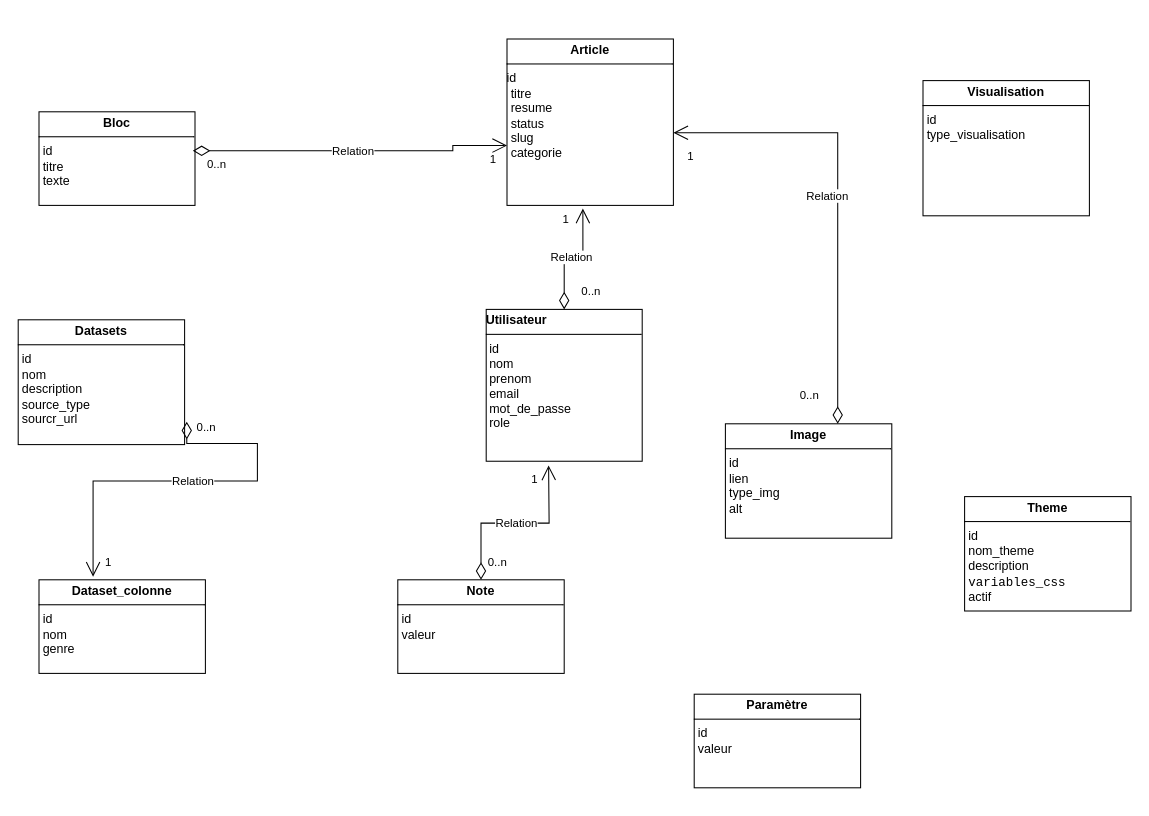
Earlier version of the draw.io diagram Diagramme de Classe CRM.drawio (fresnel25/Environmental-CMS). Source tidied: cells renumbered, new cells numbered last; positions are measured from the earlier drawing's top-left corner, leaving out a move shared by most shapes. Both pictures are drawn from the tidied source at 104%, with x=0, y=0 at pixel (18, 38).
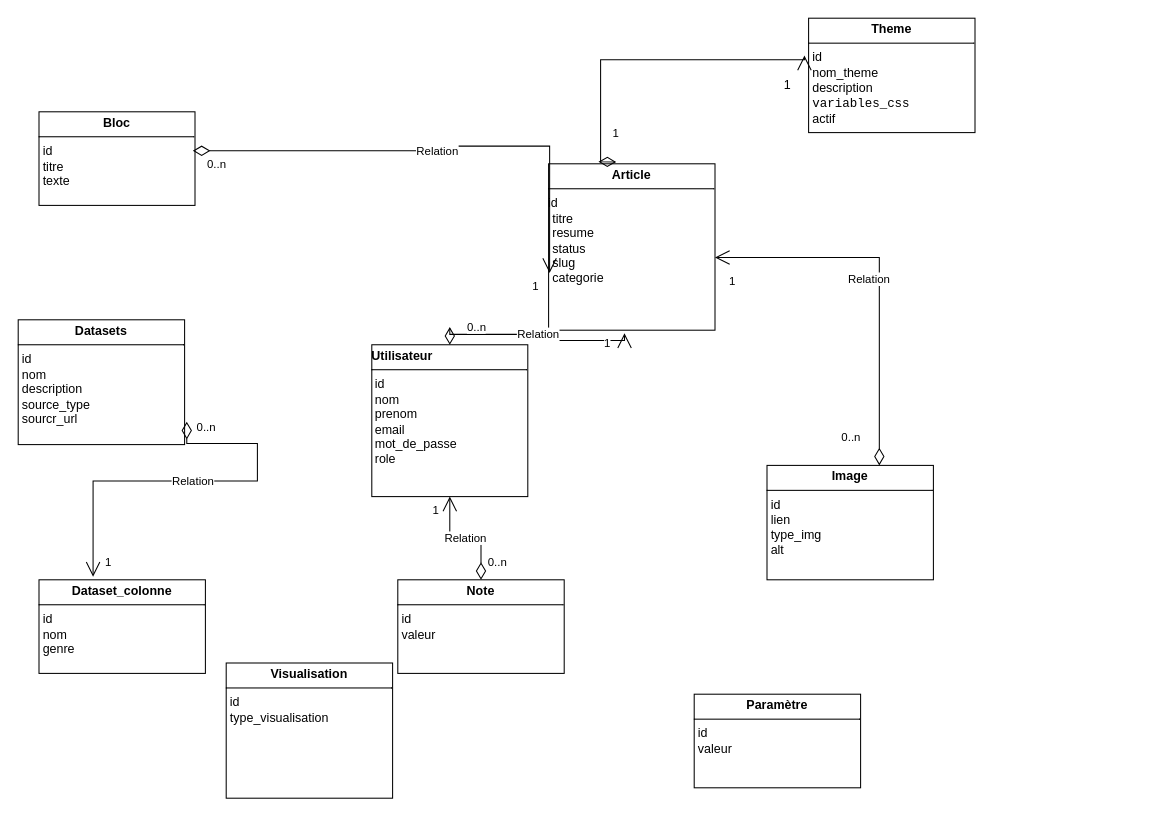
After the change.

Commit message:
Mettre à jour Diagramme de Classe CRM.drawio

Unchanged cells that the change refers to:
```xml
<mxCell id="8" value="&lt;p style=&quot;margin:0px;margin-top:4px;text-align:center;&quot;&gt;&lt;b&gt;Note&lt;/b&gt;&lt;/p&gt;&lt;hr size=&quot;1&quot; style=&quot;border-style:solid;&quot;&gt;&lt;p style=&quot;margin:0px;margin-left:4px;&quot;&gt;id&lt;/p&gt;&lt;p style=&quot;margin:0px;margin-left:4px;&quot;&gt;valeur&lt;/p&gt;" style="verticalAlign=top;align=left;overflow=fill;html=1;whiteSpace=wrap;" parent="1" vertex="1">
  <mxGeometry x="365" y="520" width="160" height="90" as="geometry" />
</mxCell>
```

Diff of the diagram source:
```diff
@@
     <mxCell id="2" value="&lt;p style=&quot;margin:0px;margin-top:4px;text-align:center;&quot;&gt;&lt;b&gt;Article&lt;/b&gt;&lt;/p&gt;&lt;hr size=&quot;1&quot; style=&quot;border-style:solid;&quot;&gt;id&lt;p style=&quot;margin:0px;margin-left:4px;&quot;&gt;titre&lt;/p&gt;&lt;p style=&quot;margin:0px;margin-left:4px;&quot;&gt;resume&lt;/p&gt;&lt;p style=&quot;margin:0px;margin-left:4px;&quot;&gt;status&lt;/p&gt;&lt;p style=&quot;margin:0px;margin-left:4px;&quot;&gt;slug&lt;/p&gt;&lt;p style=&quot;margin:0px;margin-left:4px;&quot;&gt;categorie&lt;/p&gt;" style="verticalAlign=top;align=left;overflow=fill;html=1;whiteSpace=wrap;" parent="1" vertex="1">
-      <mxGeometry x="470" width="160" height="160" as="geometry" />
+      <mxGeometry x="510" y="120" width="160" height="160" as="geometry" />
     </mxCell>
@@
     <mxCell id="4" value="&lt;p align=&quot;justify&quot; style=&quot;margin: 4px 0px 0px;&quot;&gt;&lt;b&gt;Utilisateur&lt;/b&gt;&lt;/p&gt;&lt;hr align=&quot;justify&quot; size=&quot;1&quot; style=&quot;border-style:solid;&quot;&gt;&lt;div align=&quot;justify&quot;&gt;&amp;nbsp;id&lt;/div&gt;&lt;div align=&quot;justify&quot;&gt;&amp;nbsp;nom&lt;/div&gt;&lt;div align=&quot;justify&quot;&gt;&amp;nbsp;prenom&lt;/div&gt;&lt;div align=&quot;justify&quot;&gt;&amp;nbsp;email&lt;/div&gt;&lt;div align=&quot;justify&quot;&gt;&amp;nbsp;mot_de_passe&lt;/div&gt;&lt;div align=&quot;justify&quot;&gt;&amp;nbsp;role&lt;/div&gt;" style="verticalAlign=top;align=right;overflow=fill;html=1;whiteSpace=wrap;" parent="1" vertex="1">
-      <mxGeometry x="450" y="260" width="150" height="146" as="geometry" />
+      <mxGeometry x="340" y="294" width="150" height="146" as="geometry" />
     </mxCell>
     <mxCell id="5" value="&lt;p style=&quot;margin:0px;margin-top:4px;text-align:center;&quot;&gt;&lt;b&gt;Image&lt;/b&gt;&lt;/p&gt;&lt;hr size=&quot;1&quot; style=&quot;border-style:solid;&quot;&gt;&lt;p style=&quot;margin:0px;margin-left:4px;&quot;&gt;id&lt;/p&gt;&lt;p style=&quot;margin:0px;margin-left:4px;&quot;&gt;lien&lt;/p&gt;&lt;p style=&quot;margin:0px;margin-left:4px;&quot;&gt;type_img&lt;/p&gt;&lt;p style=&quot;margin:0px;margin-left:4px;&quot;&gt;alt&lt;/p&gt;&lt;p style=&quot;margin:0px;margin-left:4px;&quot;&gt;&lt;br&gt;&lt;/p&gt;" style="verticalAlign=top;align=left;overflow=fill;html=1;whiteSpace=wrap;" parent="1" vertex="1">
-      <mxGeometry x="680" y="370" width="160" height="110" as="geometry" />
+      <mxGeometry x="720" y="410" width="160" height="110" as="geometry" />
     </mxCell>
@@
     <mxCell id="9" value="&lt;p style=&quot;margin:0px;margin-top:4px;text-align:center;&quot;&gt;&lt;b&gt;Visualisation&lt;/b&gt;&lt;/p&gt;&lt;hr size=&quot;1&quot; style=&quot;border-style:solid;&quot;&gt;&lt;p style=&quot;margin:0px;margin-left:4px;&quot;&gt;id&lt;/p&gt;&lt;p style=&quot;margin:0px;margin-left:4px;&quot;&gt;type_visualisation&lt;/p&gt;" style="verticalAlign=top;align=left;overflow=fill;html=1;whiteSpace=wrap;" parent="1" vertex="1">
-      <mxGeometry x="870" y="40" width="160" height="130" as="geometry" />
+      <mxGeometry x="200" y="600" width="160" height="130" as="geometry" />
     </mxCell>
     <mxCell id="10" value="&lt;p style=&quot;margin:0px;margin-top:4px;text-align:center;&quot;&gt;&lt;b&gt;Theme&lt;/b&gt;&lt;/p&gt;&lt;hr size=&quot;1&quot; style=&quot;border-style:solid;&quot;&gt;&lt;p style=&quot;margin:0px;margin-left:4px;&quot;&gt;id&lt;/p&gt;&lt;p style=&quot;margin:0px;margin-left:4px;&quot;&gt;nom_theme&lt;/p&gt;&lt;p style=&quot;margin:0px;margin-left:4px;&quot;&gt;description&lt;/p&gt;&lt;p style=&quot;margin:0px;margin-left:4px;&quot;&gt;&lt;code&gt;variables_css&lt;/code&gt;&lt;/p&gt;&lt;p style=&quot;margin:0px;margin-left:4px;&quot;&gt;actif&lt;/p&gt;&lt;p style=&quot;margin:0px;margin-left:4px;&quot;&gt;&lt;br&gt;&lt;/p&gt;" style="verticalAlign=top;align=left;overflow=fill;html=1;whiteSpace=wrap;" parent="1" vertex="1">
-      <mxGeometry x="910" y="440" width="160" height="110" as="geometry" />
+      <mxGeometry x="760" y="-20" width="160" height="110" as="geometry" />
     </mxCell>
@@
-    <mxCell id="12" value="Relation" style="endArrow=open;html=1;endSize=12;startArrow=diamondThin;startSize=14;startFill=0;edgeStyle=orthogonalEdgeStyle;rounded=0;entryX=0.013;entryY=0.644;entryDx=0;entryDy=0;entryPerimeter=0;" parent="1" edge="1">
+    <mxCell id="12" value="Relation" style="endArrow=open;html=1;endSize=12;startArrow=diamondThin;startSize=14;startFill=0;edgeStyle=orthogonalEdgeStyle;rounded=0;entryX=0.006;entryY=0.656;entryDx=0;entryDy=0;entryPerimeter=0;" parent="1" edge="1" target="2">
       <mxGeometry relative="1" as="geometry">
         <mxPoint x="167.9" y="107.5" as="sourcePoint" />
-        <mxPoint x="470" y="102.5" as="targetPoint" />
         <Array as="points">
-          <mxPoint x="417.9" y="107.5" />
-          <mxPoint x="417.9" y="102.5" />
+          <mxPoint x="418" y="108" />
+          <mxPoint x="418" y="103" />
+          <mxPoint x="511" y="103" />
         </Array>
       </mxGeometry>
     </mxCell>
@@
-    <mxCell id="18" value="Relation" style="endArrow=open;html=1;endSize=12;startArrow=diamondThin;startSize=14;startFill=0;edgeStyle=orthogonalEdgeStyle;rounded=0;exitX=0.5;exitY=0;exitDx=0;exitDy=0;" parent="1" edge="1" source="8">
-      <mxGeometry relative="1" as="geometry">
-        <mxPoint x="510" y="410" as="targetPoint" />
-      </mxGeometry>
+    <mxCell id="18" value="Relation" style="endArrow=open;html=1;endSize=12;startArrow=diamondThin;startSize=14;startFill=0;edgeStyle=orthogonalEdgeStyle;rounded=0;exitX=0.5;exitY=0;exitDx=0;exitDy=0;" parent="1" edge="1" source="8" target="4">
+      <mxGeometry relative="1" as="geometry" />
     </mxCell>
@@
+    <mxCell id="27" value="1" style="endArrow=open;html=1;endSize=12;startArrow=diamondThin;startSize=14;startFill=0;edgeStyle=orthogonalEdgeStyle;align=left;verticalAlign=bottom;rounded=0;exitX=0.3;exitY=-0.012;exitDx=0;exitDy=0;exitPerimeter=0;entryX=-0.025;entryY=0.327;entryDx=0;entryDy=0;entryPerimeter=0;" parent="1" edge="1" source="2" target="10">
+      <mxGeometry x="-0.87" y="-10" relative="1" as="geometry">
+        <Array as="points">
+          <mxPoint x="560" y="118" />
+          <mxPoint x="560" y="20" />
+          <mxPoint x="756" y="20" />
+        </Array>
+      </mxGeometry>
+    </mxCell>
+    <mxCell id="28" value="&lt;div&gt;1&lt;/div&gt;" style="text;html=1;whiteSpace=wrap;strokeColor=none;fillColor=none;align=center;verticalAlign=middle;rounded=0;" parent="1" vertex="1">
+      <mxGeometry x="710" y="30" width="60" height="30" as="geometry" />
+    </mxCell>
```
